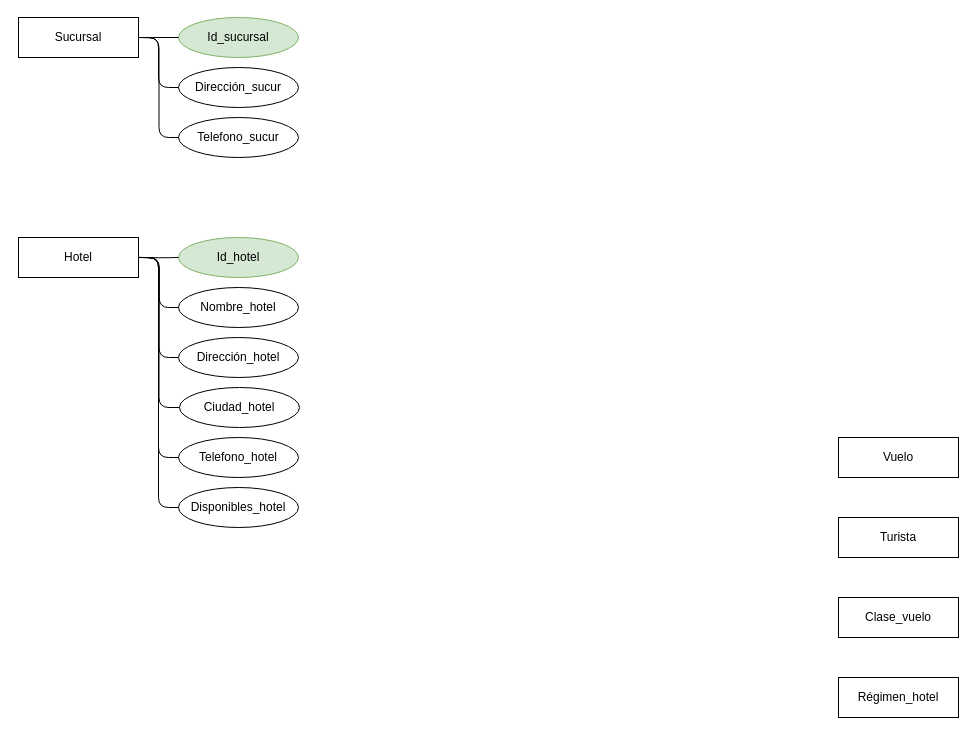
The draw.io diagram BBDD/TAREAS/TAREA 4/Tarea 4 .drawio in blascojavi/2019daw1, before the edit. Source tidied: cells renumbered, new cells numbered last; positions are measured from the earlier drawing's top-left corner, leaving out a move shared by most shapes. Both pictures are drawn from the tidied source at 100%, with x=0, y=0 at pixel (18, 17).
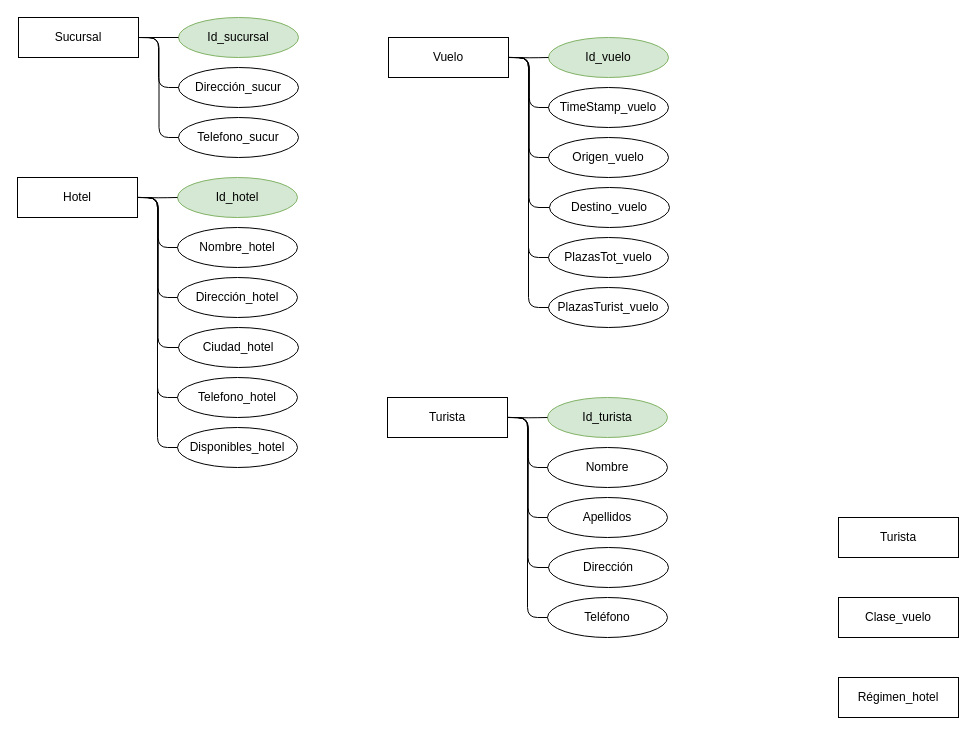
The same page after the edit.

Commit message:
Update Tarea 4 Creadas las tablas  .drawio

What changed in the source:
```diff
@@
     <mxCell id="3" value="Hotel" style="rounded=0;whiteSpace=wrap;html=1;" parent="1" vertex="1">
-      <mxGeometry y="220" width="120" height="40" as="geometry" />
+      <mxGeometry x="-1" y="160" width="120" height="40" as="geometry" />
     </mxCell>
-    <mxCell id="4" value="Vuelo" style="rounded=0;whiteSpace=wrap;html=1;" parent="1" vertex="1">
-      <mxGeometry x="820" y="420" width="120" height="40" as="geometry" />
-    </mxCell>
@@
     <mxCell id="14" value="Id_hotel" style="ellipse;whiteSpace=wrap;html=1;fillColor=#d5e8d4;strokeColor=#82b366;" parent="1" vertex="1">
-      <mxGeometry x="160" y="220" width="120" height="40" as="geometry" />
+      <mxGeometry x="159" y="160" width="120" height="40" as="geometry" />
     </mxCell>
     <mxCell id="15" value="Nombre_hotel" style="ellipse;whiteSpace=wrap;html=1;" parent="1" vertex="1">
-      <mxGeometry x="160" y="270" width="120" height="40" as="geometry" />
+      <mxGeometry x="159" y="210" width="120" height="40" as="geometry" />
     </mxCell>
     <mxCell id="16" value="Dirección_hotel" style="ellipse;whiteSpace=wrap;html=1;" parent="1" vertex="1">
-      <mxGeometry x="160" y="320" width="120" height="40" as="geometry" />
+      <mxGeometry x="159" y="260" width="120" height="40" as="geometry" />
     </mxCell>
     <mxCell id="17" style="endArrow=none;html=1;edgeStyle=orthogonalEdgeStyle;exitX=1;exitY=0.5;exitDx=0;exitDy=0;entryX=0;entryY=0.5;entryDx=0;entryDy=0;" parent="1" edge="1" target="15">
       <mxGeometry relative="1" as="geometry">
-        <mxPoint x="120.4" y="239.9" as="sourcePoint" />
+        <mxPoint x="119.4" y="179.9" as="sourcePoint" />
       </mxGeometry>
     </mxCell>
     <mxCell id="18" style="endArrow=none;html=1;edgeStyle=orthogonalEdgeStyle;entryX=0;entryY=0.5;entryDx=0;entryDy=0;" parent="1" edge="1" target="16">
       <mxGeometry relative="1" as="geometry">
-        <mxPoint x="120" y="240" as="sourcePoint" />
+        <mxPoint x="119" y="180" as="sourcePoint" />
       </mxGeometry>
     </mxCell>
     <mxCell id="19" style="endArrow=none;html=1;edgeStyle=orthogonalEdgeStyle;exitX=1;exitY=0.5;exitDx=0;exitDy=0;entryX=0;entryY=0.5;entryDx=0;entryDy=0;" parent="1" edge="1" target="14">
       <mxGeometry relative="1" as="geometry">
-        <mxPoint x="120.4" y="239.9" as="sourcePoint" />
+        <mxPoint x="119.4" y="179.9" as="sourcePoint" />
       </mxGeometry>
     </mxCell>
     <mxCell id="20" value="Ciudad_hotel" style="ellipse;whiteSpace=wrap;html=1;" parent="1" vertex="1">
-      <mxGeometry x="161" y="370" width="120" height="40" as="geometry" />
+      <mxGeometry x="160" y="310" width="120" height="40" as="geometry" />
     </mxCell>
@@
     <mxCell id="22" value="Telefono_hotel" style="ellipse;whiteSpace=wrap;html=1;" parent="1" vertex="1">
-      <mxGeometry x="160" y="420" width="120" height="40" as="geometry" />
+      <mxGeometry x="159" y="360" width="120" height="40" as="geometry" />
     </mxCell>
@@
     <mxCell id="24" value="Disponibles_hotel" style="ellipse;whiteSpace=wrap;html=1;" parent="1" vertex="1">
-      <mxGeometry x="160" y="470" width="120" height="40" as="geometry" />
+      <mxGeometry x="159" y="410" width="120" height="40" as="geometry" />
     </mxCell>
@@
+    <mxCell id="4" value="Vuelo" style="rounded=0;whiteSpace=wrap;html=1;" parent="1" vertex="1">
+      <mxGeometry x="370" y="20" width="120" height="40" as="geometry" />
+    </mxCell>
+    <mxCell id="26" value="Id_vuelo" style="ellipse;whiteSpace=wrap;html=1;fillColor=#d5e8d4;strokeColor=#82b366;" parent="1" vertex="1">
+      <mxGeometry x="530" y="20" width="120" height="40" as="geometry" />
+    </mxCell>
+    <mxCell id="27" value="TimeStamp_vuelo" style="ellipse;whiteSpace=wrap;html=1;" parent="1" vertex="1">
+      <mxGeometry x="530" y="70" width="120" height="40" as="geometry" />
+    </mxCell>
+    <mxCell id="28" value="Origen_vuelo" style="ellipse;whiteSpace=wrap;html=1;" parent="1" vertex="1">
+      <mxGeometry x="530" y="120" width="120" height="40" as="geometry" />
+    </mxCell>
+    <mxCell id="29" style="endArrow=none;html=1;edgeStyle=orthogonalEdgeStyle;exitX=1;exitY=0.5;exitDx=0;exitDy=0;entryX=0;entryY=0.5;entryDx=0;entryDy=0;" parent="1" edge="1" target="27">
+      <mxGeometry relative="1" as="geometry">
+        <mxPoint x="490.4" y="39.9" as="sourcePoint" />
+      </mxGeometry>
+    </mxCell>
+    <mxCell id="30" style="endArrow=none;html=1;edgeStyle=orthogonalEdgeStyle;entryX=0;entryY=0.5;entryDx=0;entryDy=0;" parent="1" edge="1" target="28">
+      <mxGeometry relative="1" as="geometry">
+        <mxPoint x="490" y="40" as="sourcePoint" />
+      </mxGeometry>
+    </mxCell>
+    <mxCell id="31" style="endArrow=none;html=1;edgeStyle=orthogonalEdgeStyle;exitX=1;exitY=0.5;exitDx=0;exitDy=0;entryX=0;entryY=0.5;entryDx=0;entryDy=0;" parent="1" edge="1" target="26">
+      <mxGeometry relative="1" as="geometry">
+        <mxPoint x="490.4" y="39.9" as="sourcePoint" />
+      </mxGeometry>
+    </mxCell>
+    <mxCell id="32" value="Destino_vuelo" style="ellipse;whiteSpace=wrap;html=1;" parent="1" vertex="1">
+      <mxGeometry x="531" y="170" width="120" height="40" as="geometry" />
+    </mxCell>
+    <mxCell id="33" style="endArrow=none;html=1;edgeStyle=orthogonalEdgeStyle;entryX=0;entryY=0.5;entryDx=0;entryDy=0;exitX=1;exitY=0.5;exitDx=0;exitDy=0;" parent="1" edge="1" source="4" target="32">
+      <mxGeometry relative="1" as="geometry" />
+    </mxCell>
+    <mxCell id="34" value="PlazasTot_vuelo" style="ellipse;whiteSpace=wrap;html=1;" parent="1" vertex="1">
+      <mxGeometry x="530" y="220" width="120" height="40" as="geometry" />
+    </mxCell>
+    <mxCell id="35" style="endArrow=none;html=1;edgeStyle=orthogonalEdgeStyle;entryX=0;entryY=0.5;entryDx=0;entryDy=0;exitX=1;exitY=0.5;exitDx=0;exitDy=0;" parent="1" edge="1" source="4" target="34">
+      <mxGeometry relative="1" as="geometry" />
+    </mxCell>
+    <mxCell id="36" value="PlazasTurist_vuelo" style="ellipse;whiteSpace=wrap;html=1;" parent="1" vertex="1">
+      <mxGeometry x="530" y="270" width="120" height="40" as="geometry" />
+    </mxCell>
+    <mxCell id="37" style="endArrow=none;html=1;edgeStyle=orthogonalEdgeStyle;entryX=0;entryY=0.5;entryDx=0;entryDy=0;exitX=1;exitY=0.5;exitDx=0;exitDy=0;" parent="1" edge="1" source="4" target="36">
+      <mxGeometry relative="1" as="geometry" />
+    </mxCell>
+    <mxCell id="38" value="Turista" style="rounded=0;whiteSpace=wrap;html=1;" parent="1" vertex="1">
+      <mxGeometry x="369" y="380" width="120" height="40" as="geometry" />
+    </mxCell>
+    <mxCell id="39" value="Id_turista" style="ellipse;whiteSpace=wrap;html=1;fillColor=#d5e8d4;strokeColor=#82b366;" parent="1" vertex="1">
+      <mxGeometry x="529" y="380" width="120" height="40" as="geometry" />
+    </mxCell>
+    <mxCell id="40" value="Nombre" style="ellipse;whiteSpace=wrap;html=1;" parent="1" vertex="1">
+      <mxGeometry x="529" y="430" width="120" height="40" as="geometry" />
+    </mxCell>
+    <mxCell id="41" value="Apellidos" style="ellipse;whiteSpace=wrap;html=1;" parent="1" vertex="1">
+      <mxGeometry x="529" y="480" width="120" height="40" as="geometry" />
+    </mxCell>
+    <mxCell id="42" style="endArrow=none;html=1;edgeStyle=orthogonalEdgeStyle;exitX=1;exitY=0.5;exitDx=0;exitDy=0;entryX=0;entryY=0.5;entryDx=0;entryDy=0;" parent="1" edge="1" target="40">
+      <mxGeometry relative="1" as="geometry">
+        <mxPoint x="489.4" y="399.9" as="sourcePoint" />
+      </mxGeometry>
+    </mxCell>
+    <mxCell id="43" style="endArrow=none;html=1;edgeStyle=orthogonalEdgeStyle;entryX=0;entryY=0.5;entryDx=0;entryDy=0;" parent="1" edge="1" target="41">
+      <mxGeometry relative="1" as="geometry">
+        <mxPoint x="489" y="400" as="sourcePoint" />
+      </mxGeometry>
+    </mxCell>
+    <mxCell id="44" style="endArrow=none;html=1;edgeStyle=orthogonalEdgeStyle;exitX=1;exitY=0.5;exitDx=0;exitDy=0;entryX=0;entryY=0.5;entryDx=0;entryDy=0;" parent="1" edge="1" target="39">
+      <mxGeometry relative="1" as="geometry">
+        <mxPoint x="489.4" y="399.9" as="sourcePoint" />
+      </mxGeometry>
+    </mxCell>
+    <mxCell id="45" value="Dirección" style="ellipse;whiteSpace=wrap;html=1;" parent="1" vertex="1">
+      <mxGeometry x="530" y="530" width="120" height="40" as="geometry" />
+    </mxCell>
+    <mxCell id="46" style="endArrow=none;html=1;edgeStyle=orthogonalEdgeStyle;entryX=0;entryY=0.5;entryDx=0;entryDy=0;exitX=1;exitY=0.5;exitDx=0;exitDy=0;" parent="1" edge="1" source="38" target="45">
+      <mxGeometry relative="1" as="geometry" />
+    </mxCell>
+    <mxCell id="47" value="Teléfono" style="ellipse;whiteSpace=wrap;html=1;" parent="1" vertex="1">
+      <mxGeometry x="529" y="580" width="120" height="40" as="geometry" />
+    </mxCell>
+    <mxCell id="48" style="endArrow=none;html=1;edgeStyle=orthogonalEdgeStyle;entryX=0;entryY=0.5;entryDx=0;entryDy=0;exitX=1;exitY=0.5;exitDx=0;exitDy=0;" parent="1" edge="1" source="38" target="47">
+      <mxGeometry relative="1" as="geometry" />
+    </mxCell>
```
